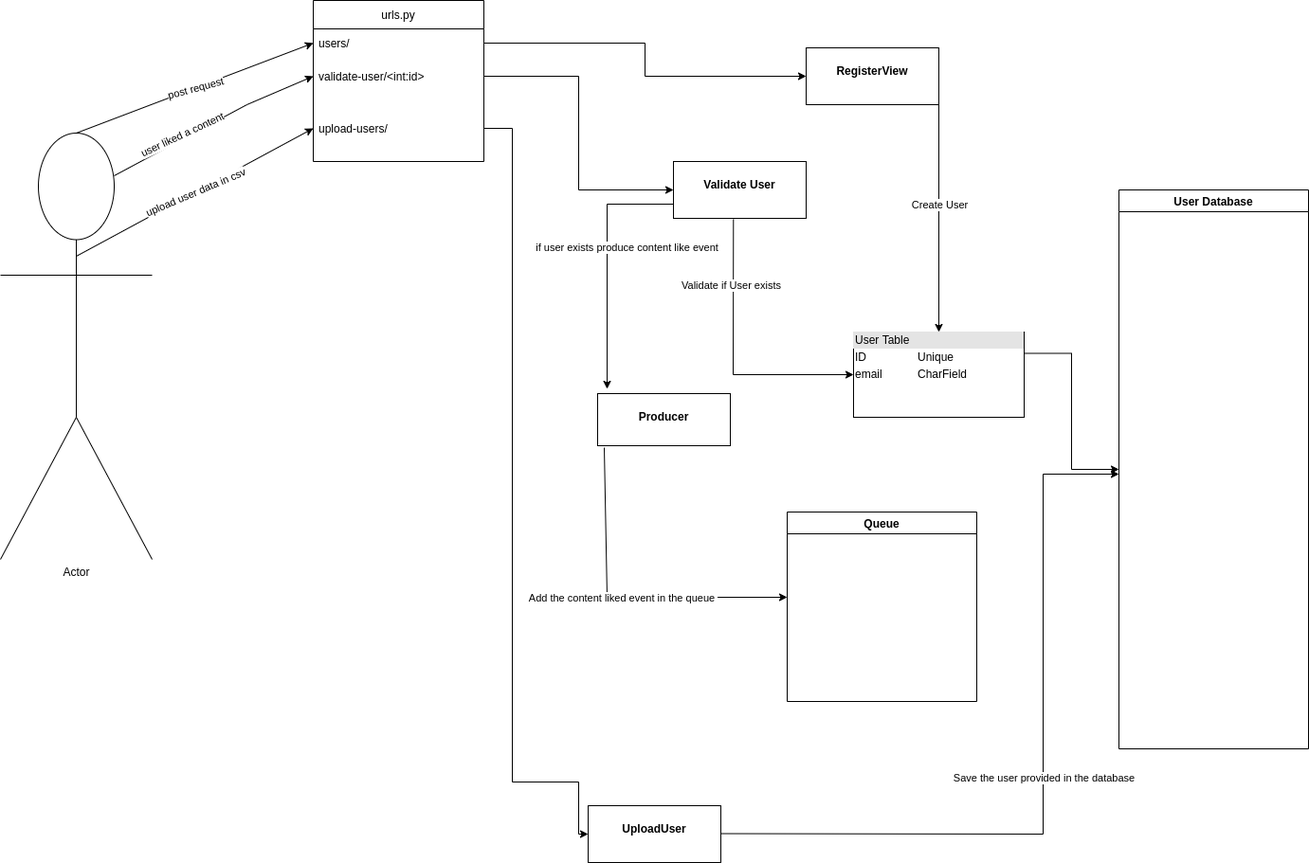
Earlier version of the draw.io export design/HLD_LLD/LLD_UserService.png (Ashutosh619-sudo/Pratilipi). Source tidied: cells renumbered, new cells last; positions are measured from the earlier drawing's top-left corner, leaving out a move shared by most shapes.
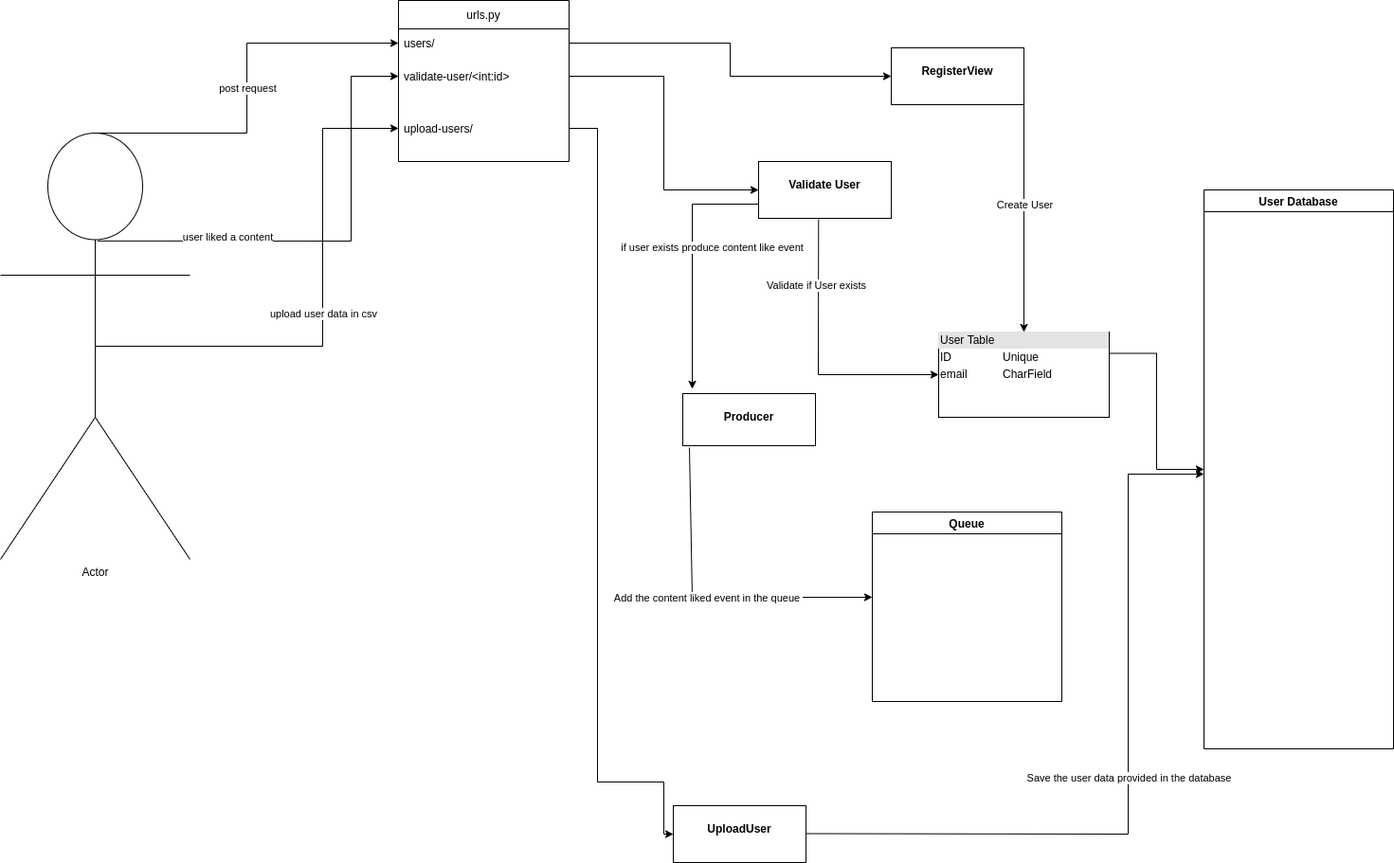
The same file after the commit.

The edit, as a diff of the source:
```diff
@@ -15,12 +15,17 @@
       <mxGeometry y="100" width="180" height="70" as="geometry" />
     </mxCell>
     <mxCell id="6" value="Actor" style="shape=umlActor;verticalLabelPosition=bottom;verticalAlign=top;html=1;outlineConnect=0;" parent="1" vertex="1">
-      <mxGeometry y="140" width="160" height="450" as="geometry" />
+      <mxGeometry x="-90" y="140" width="200" height="450" as="geometry" />
     </mxCell>
     <mxCell id="7" style="endArrow=classic;html=1;rounded=0;entryX=0;entryY=0.5;entryDx=0;entryDy=0;exitX=0.5;exitY=0;exitDx=0;exitDy=0;exitPerimeter=0;" parent="1" edge="1" source="6" target="3">
-      <mxGeometry relative="1" as="geometry" />
+      <mxGeometry relative="1" as="geometry">
+        <Array as="points">
+          <mxPoint x="170" y="140" />
+          <mxPoint x="170" y="45" />
+        </Array>
+      </mxGeometry>
     </mxCell>
-    <mxCell id="8" value="post request" style="edgeLabel;html=1;align=center;verticalAlign=middle;rotation=-15;" parent="7" vertex="1">
+    <mxCell id="8" value="post request" style="edgeLabel;html=1;align=center;verticalAlign=middle;rotation=0;" parent="7" vertex="1">
       <mxGeometry relative="1" as="geometry" />
     </mxCell>
     <mxCell id="9" value="&lt;p style=&quot;margin: 0px ; margin-top: 4px ; text-align: center&quot;&gt;&lt;br&gt;&lt;b&gt;RegisterView&lt;/b&gt;&lt;/p&gt;" style="verticalAlign=top;align=left;overflow=fill;fontSize=12;fontFamily=Helvetica;html=1;" parent="1" vertex="1">
@@ -45,16 +50,17 @@
     <mxCell id="14" value="Create User" style="edgeLabel;html=1;align=center;verticalAlign=middle;" parent="13" vertex="1">
       <mxGeometry relative="1" as="geometry" />
     </mxCell>
-    <mxCell id="15" style="endArrow=classic;html=1;rounded=0;entryX=0;entryY=0.5;entryDx=0;entryDy=0;exitX=0.75;exitY=0.1;exitDx=0;exitDy=0;exitPerimeter=0;" parent="1" edge="1" source="6" target="4">
+    <mxCell id="15" style="endArrow=classic;html=1;rounded=0;entryX=0;entryY=0.5;entryDx=0;entryDy=0;exitX=0.513;exitY=0.253;exitDx=0;exitDy=0;exitPerimeter=0;" parent="1" edge="1" source="6" target="4">
       <mxGeometry relative="1" as="geometry">
         <Array as="points">
-          <mxPoint x="260" y="110" />
+          <mxPoint x="280" y="254" />
+          <mxPoint x="280" y="80" />
         </Array>
       </mxGeometry>
     </mxCell>
-    <mxCell id="16" value="user liked a content&lt;br&gt;" style="edgeLabel;html=1;align=center;verticalAlign=middle;rotation=-25;" parent="15" vertex="1">
+    <mxCell id="16" value="user liked a content&lt;br&gt;" style="edgeLabel;html=1;align=center;verticalAlign=middle;rotation=0;" parent="15" vertex="1">
       <mxGeometry relative="1" as="geometry">
-        <mxPoint x="-32" y="12" as="offset" />
+        <mxPoint x="-109" y="-4" as="offset" />
       </mxGeometry>
     </mxCell>
     <mxCell id="17" value="&lt;p style=&quot;margin: 0px ; margin-top: 4px ; text-align: center&quot;&gt;&lt;br&gt;&lt;b&gt;Validate User&lt;/b&gt;&lt;/p&gt;" style="verticalAlign=top;align=left;overflow=fill;fontSize=12;fontFamily=Helvetica;html=1;" parent="1" vertex="1">
@@ -108,12 +114,15 @@
     <mxCell id="27" value="Add the content liked event in the queue&amp;nbsp;" style="edgeLabel;html=1;align=center;verticalAlign=middle;" parent="26" vertex="1">
       <mxGeometry relative="1" as="geometry" />
     </mxCell>
-    <mxCell id="28" style="endArrow=classic;html=1;rounded=0;entryX=0;entryY=0.5;entryDx=0;entryDy=0;" parent="1" edge="1" target="5">
+    <mxCell id="28" style="endArrow=classic;html=1;rounded=0;entryX=0;entryY=0.5;entryDx=0;entryDy=0;exitX=0.5;exitY=0.5;exitDx=0;exitDy=0;exitPerimeter=0;" parent="1" edge="1" source="6" target="5">
       <mxGeometry relative="1" as="geometry">
-        <mxPoint x="80" y="270" as="sourcePoint" />
+        <Array as="points">
+          <mxPoint x="250" y="365" />
+          <mxPoint x="250" y="135" />
+        </Array>
       </mxGeometry>
     </mxCell>
-    <mxCell id="29" value="upload user data in csv" style="edgeLabel;html=1;align=center;verticalAlign=middle;rotation=-23;" parent="28" vertex="1">
+    <mxCell id="29" value="upload user data in csv" style="edgeLabel;html=1;align=center;verticalAlign=middle;rotation=0;" parent="28" vertex="1">
       <mxGeometry relative="1" as="geometry" />
     </mxCell>
     <mxCell id="30" value="&lt;p style=&quot;margin: 0px ; margin-top: 4px ; text-align: center&quot;&gt;&lt;br&gt;&lt;b&gt;UploadUser&lt;/b&gt;&lt;/p&gt;" style="verticalAlign=top;align=left;overflow=fill;fontSize=12;fontFamily=Helvetica;html=1;" parent="1" vertex="1">
@@ -138,7 +147,7 @@
         </Array>
       </mxGeometry>
     </mxCell>
-    <mxCell id="33" value="Save the user provided in the database" style="edgeLabel;html=1;align=center;verticalAlign=middle;" parent="32" vertex="1">
+    <mxCell id="33" value="Save the user data provided in the database" style="edgeLabel;html=1;align=center;verticalAlign=middle;" parent="32" vertex="1">
       <mxGeometry relative="1" as="geometry" />
     </mxCell>
   </root>
```
